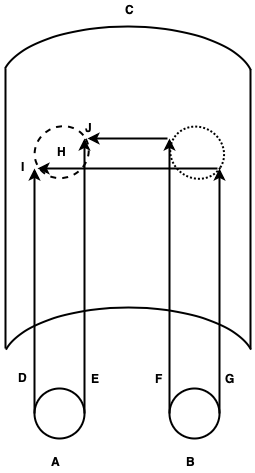
Earlier version of the draw.io export graphics/hemicylinder.png (PhilGeek/timaeus). Source tidied: cells renumbered, new cells last; positions are measured from the earlier drawing's top-left corner, leaving out a move shared by most shapes.
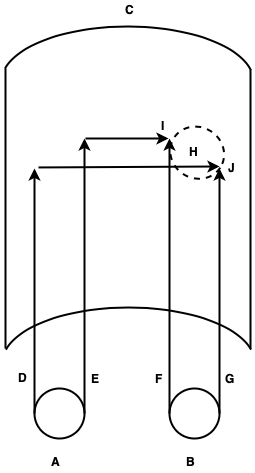
The same diagram one commit later.

Change to the diagram source:
```diff
@@ -39,8 +39,8 @@
     </mxCell>
     <mxCell id="10" style="endArrow=classic;html=1;strokeWidth=2;" parent="1" edge="1">
       <mxGeometry relative="1" as="geometry">
-        <mxPoint x="166" y="138" as="sourcePoint" />
-        <mxPoint x="86" y="138" as="targetPoint" />
+        <mxPoint x="84" y="138" as="sourcePoint" />
+        <mxPoint x="167" y="138" as="targetPoint" />
       </mxGeometry>
     </mxCell>
     <mxCell id="11" style="endArrow=classic;html=1;strokeWidth=2;exitX=0;exitY=0.5;exitDx=0;exitDy=0;" parent="1" edge="1">
@@ -54,10 +54,10 @@
         <mxPoint x="83" y="138" as="targetPoint" />
       </mxGeometry>
     </mxCell>
-    <mxCell id="13" style="endArrow=classic;html=1;strokeWidth=2;" parent="1" edge="1">
+    <mxCell id="13" style="endArrow=classic;html=1;strokeWidth=2;entryX=1;entryY=0.5;entryDx=0;entryDy=0;" parent="1" edge="1">
       <mxGeometry relative="1" as="geometry">
-        <mxPoint x="216" y="168" as="sourcePoint" />
-        <mxPoint x="36" y="168" as="targetPoint" />
+        <mxPoint x="37" y="166.9" as="sourcePoint" />
+        <mxPoint x="218" y="166" as="targetPoint" />
       </mxGeometry>
     </mxCell>
     <mxCell id="14" value="&lt;b&gt;A&lt;/b&gt;" style="text;html=1;align=left;verticalAlign=top;spacingTop=-4;" parent="1" vertex="1">
@@ -81,20 +81,17 @@
     <mxCell id="20" value="&lt;b&gt;G&lt;/b&gt;" style="text;html=1;align=left;verticalAlign=top;spacingTop=-4;" parent="1" vertex="1">
       <mxGeometry x="222" y="368.5" width="20" height="20" as="geometry" />
     </mxCell>
-    <mxCell id="21" style="ellipse;whiteSpace=wrap;html=1;strokeWidth=2;fillColor=none;dashed=1;rotation=331;" parent="1" vertex="1">
-      <mxGeometry x="32" y="126" width="55" height="51" as="geometry" />
-    </mxCell>
     <mxCell id="22" value="&lt;b&gt;H&lt;/b&gt;" style="text;html=1;align=left;verticalAlign=top;spacingTop=-4;" parent="1" vertex="1">
-      <mxGeometry x="53.5" y="141.5" width="20" height="20" as="geometry" />
+      <mxGeometry x="185.5" y="141.5" width="20" height="20" as="geometry" />
     </mxCell>
-    <mxCell id="23" style="ellipse;whiteSpace=wrap;html=1;strokeWidth=2;fillColor=none;dashed=1;rotation=33;dashPattern=1 1;" parent="1" vertex="1">
+    <mxCell id="23" style="ellipse;whiteSpace=wrap;html=1;strokeWidth=2;fillColor=none;dashed=1;rotation=33;" parent="1" vertex="1">
       <mxGeometry x="168" y="126" width="55" height="51" as="geometry" />
     </mxCell>
-    <mxCell id="24" value="&lt;b&gt;I&lt;/b&gt;" style="text;html=1;align=left;verticalAlign=top;spacingTop=-4;" parent="1" vertex="1">
-      <mxGeometry x="18" y="157" width="20" height="20" as="geometry" />
+    <mxCell id="24" value="&lt;b&gt;J&lt;/b&gt;" style="text;html=1;align=left;verticalAlign=top;spacingTop=-4;" parent="1" vertex="1">
+      <mxGeometry x="225" y="158" width="20" height="20" as="geometry" />
     </mxCell>
-    <mxCell id="25" value="&lt;b&gt;J&lt;/b&gt;" style="text;html=1;align=left;verticalAlign=top;spacingTop=-4;" parent="1" vertex="1">
-      <mxGeometry x="82" y="118" width="20" height="20" as="geometry" />
+    <mxCell id="25" value="&lt;b&gt;I&lt;/b&gt;" style="text;html=1;align=left;verticalAlign=top;spacingTop=-4;" parent="1" vertex="1">
+      <mxGeometry x="158" y="116" width="20" height="20" as="geometry" />
     </mxCell>
   </root>
 </mxGraphModel>
```
